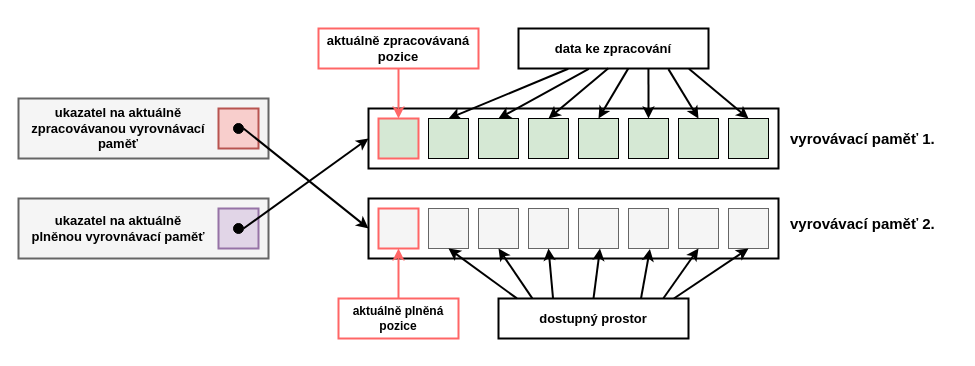
Earlier version of the draw.io diagram diagrams/multiple_buffering/multiple_buffering-2.drawio (Doly02/thesis). Source tidied: cells renumbered, new cells numbered last; positions are measured from the earlier drawing's top-left corner, leaving out a move shared by most shapes. Both pictures are drawn from the tidied source at 100%, with x=0, y=0 at pixel (18, 28).
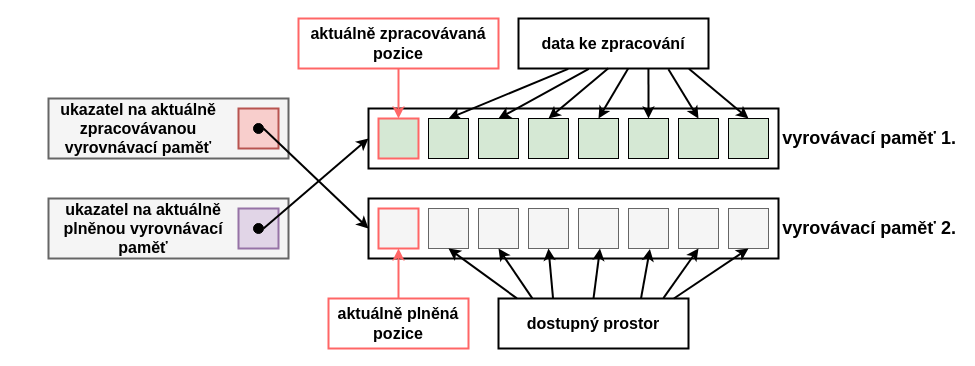
The same page after the edit.

Commit message (it also covers changes not shown here):
[TECH_REPORT] Updates Diagrams (Multiple Buffering).

Change to the diagram source:
```diff
@@
-    <mxCell id="16" value="&lt;b&gt;&lt;font style=&quot;font-size: 13px;&quot;&gt;data ke zpracování&lt;/font&gt;&lt;/b&gt;" style="rounded=0;whiteSpace=wrap;html=1;strokeColor=#000000;strokeWidth=2;" parent="1" vertex="1">
-      <mxGeometry x="500" width="190" height="40" as="geometry" />
+    <mxCell id="16" value="&lt;b&gt;&lt;font style=&quot;font-size: 16px;&quot;&gt;data ke zpracování&lt;/font&gt;&lt;/b&gt;" style="rounded=0;whiteSpace=wrap;html=1;strokeColor=#000000;strokeWidth=2;" parent="1" vertex="1">
+      <mxGeometry x="500" y="-10" width="190" height="50" as="geometry" />
     </mxCell>
     <mxCell id="17" style="rounded=0;whiteSpace=wrap;html=1;fillColor=#f5f5f5;fontColor=#333333;strokeColor=#666666;strokeWidth=2;" parent="1" vertex="1">
-      <mxGeometry y="170" width="250" height="60" as="geometry" />
+      <mxGeometry x="30" y="170" width="240" height="60" as="geometry" />
     </mxCell>
-    <mxCell id="18" value="&lt;b&gt;&lt;font style=&quot;font-size: 13px;&quot;&gt;ukazatel na aktuálně plněnou vyrovnávací paměť&lt;/font&gt;&lt;/b&gt;" style="text;html=1;align=center;verticalAlign=middle;whiteSpace=wrap;rounded=0;" parent="1" vertex="1">
-      <mxGeometry x="10" y="170" width="180" height="60" as="geometry" />
+    <mxCell id="18" value="&lt;b&gt;&lt;font style=&quot;font-size: 16px;&quot;&gt;ukazatel na aktuálně plněnou vyrovnávací paměť&lt;/font&gt;&lt;/b&gt;" style="text;html=1;align=center;verticalAlign=middle;whiteSpace=wrap;rounded=0;" parent="1" vertex="1">
+      <mxGeometry x="30" y="170" width="190" height="60" as="geometry" />
     </mxCell>
     <mxCell id="19" style="rounded=0;whiteSpace=wrap;html=1;fillColor=#e1d5e7;strokeColor=#9673a6;strokeWidth=2;" parent="1" vertex="1">
-      <mxGeometry x="200" y="180" width="40" height="40" as="geometry" />
+      <mxGeometry x="220" y="180" width="40" height="40" as="geometry" />
     </mxCell>
@@
     <mxCell id="21" style="ellipse;whiteSpace=wrap;html=1;fillColor=#000000;" parent="1" vertex="1">
-      <mxGeometry x="215" y="195" width="10" height="10" as="geometry" />
+      <mxGeometry x="235" y="195" width="10" height="10" as="geometry" />
     </mxCell>
     <mxCell id="22" style="rounded=0;whiteSpace=wrap;html=1;fillColor=#f5f5f5;fontColor=#333333;strokeColor=#666666;strokeWidth=2;" parent="1" vertex="1">
-      <mxGeometry y="70" width="250" height="60" as="geometry" />
+      <mxGeometry x="30" y="70" width="240" height="60" as="geometry" />
     </mxCell>
-    <mxCell id="23" value="&lt;b&gt;&lt;font style=&quot;font-size: 13px;&quot;&gt;ukazatel na aktuálně zpracovávanou vyrovnávací paměť&lt;/font&gt;&lt;/b&gt;" style="text;html=1;align=center;verticalAlign=middle;whiteSpace=wrap;rounded=0;" parent="1" vertex="1">
-      <mxGeometry x="10" y="70" width="180" height="60" as="geometry" />
+    <mxCell id="23" value="&lt;b&gt;&lt;font style=&quot;font-size: 16px;&quot;&gt;ukazatel na aktuálně zpracovávanou vyrovnávací paměť&lt;/font&gt;&lt;/b&gt;" style="text;html=1;align=center;verticalAlign=middle;whiteSpace=wrap;rounded=0;" parent="1" vertex="1">
+      <mxGeometry x="30" y="70" width="180" height="60" as="geometry" />
     </mxCell>
     <mxCell id="24" style="rounded=0;whiteSpace=wrap;html=1;fillColor=#f8cecc;strokeColor=#b85450;strokeWidth=2;" parent="1" vertex="1">
-      <mxGeometry x="200" y="80" width="40" height="40" as="geometry" />
+      <mxGeometry x="220" y="80" width="40" height="40" as="geometry" />
     </mxCell>
     <mxCell id="25" style="ellipse;whiteSpace=wrap;html=1;fillColor=#000000;" parent="1" vertex="1">
-      <mxGeometry x="215" y="95" width="10" height="10" as="geometry" />
+      <mxGeometry x="235" y="95" width="10" height="10" as="geometry" />
     </mxCell>
@@
     <mxCell id="31" style="rounded=0;whiteSpace=wrap;html=1;strokeWidth=2;" parent="1" vertex="1">
-      <mxGeometry x="480" y="270" width="190" height="40" as="geometry" />
+      <mxGeometry x="480" y="270" width="190" height="50" as="geometry" />
     </mxCell>
-    <mxCell id="32" value="&lt;b&gt;&lt;font style=&quot;font-size: 13px;&quot;&gt;dostupný prostor&lt;/font&gt;&lt;/b&gt;" style="text;html=1;align=center;verticalAlign=middle;whiteSpace=wrap;rounded=0;strokeWidth=1;" parent="1" vertex="1">
-      <mxGeometry x="480" y="270" width="190" height="40" as="geometry" />
+    <mxCell id="32" value="&lt;b&gt;&lt;font style=&quot;font-size: 16px;&quot;&gt;dostupný prostor&lt;/font&gt;&lt;/b&gt;" style="text;html=1;align=center;verticalAlign=middle;whiteSpace=wrap;rounded=0;strokeWidth=1;" parent="1" vertex="1">
+      <mxGeometry x="480" y="270" width="190" height="50" as="geometry" />
     </mxCell>
@@
     <mxCell id="40" style="rounded=0;whiteSpace=wrap;html=1;strokeColor=#FF6666;strokeWidth=2;" parent="1" vertex="1">
-      <mxGeometry x="320" y="270" width="120" height="40" as="geometry" />
+      <mxGeometry x="310" y="270" width="140" height="50" as="geometry" />
     </mxCell>
-    <mxCell id="41" value="&lt;b&gt;aktuálně plněná&lt;/b&gt;&lt;div&gt;&lt;b&gt;pozice&lt;/b&gt;&lt;/div&gt;" style="text;html=1;align=center;verticalAlign=middle;whiteSpace=wrap;rounded=0;strokeWidth=2;strokeColor=none;" parent="1" vertex="1">
-      <mxGeometry x="320" y="270" width="120" height="40" as="geometry" />
+    <mxCell id="41" value="&lt;b&gt;&lt;font style=&quot;font-size: 16px;&quot;&gt;aktuálně plněná&lt;/font&gt;&lt;/b&gt;&lt;div&gt;&lt;b&gt;&lt;font style=&quot;font-size: 16px;&quot;&gt;pozice&lt;/font&gt;&lt;/b&gt;&lt;/div&gt;" style="text;html=1;align=center;verticalAlign=middle;whiteSpace=wrap;rounded=0;strokeWidth=2;strokeColor=none;" parent="1" vertex="1">
+      <mxGeometry x="310" y="270" width="140" height="50" as="geometry" />
     </mxCell>
@@
     <mxCell id="46" style="rounded=0;whiteSpace=wrap;html=1;strokeColor=#FF6666;strokeWidth=2;" parent="1" vertex="1">
-      <mxGeometry x="300" width="160" height="40" as="geometry" />
+      <mxGeometry x="280" y="-10" width="200" height="50" as="geometry" />
     </mxCell>
-    <mxCell id="47" value="&lt;b&gt;&lt;font style=&quot;font-size: 13px;&quot;&gt;aktuálně zpracovávaná&lt;/font&gt;&lt;/b&gt;&lt;div&gt;&lt;b&gt;&lt;font style=&quot;font-size: 13px;&quot;&gt;pozice&lt;/font&gt;&lt;/b&gt;&lt;/div&gt;" style="text;html=1;align=center;verticalAlign=middle;whiteSpace=wrap;rounded=0;" parent="1" vertex="1">
-      <mxGeometry x="300" width="160" height="40" as="geometry" />
+    <mxCell id="47" value="&lt;b&gt;&lt;font style=&quot;font-size: 16px;&quot;&gt;aktuálně zpracovávaná&lt;/font&gt;&lt;/b&gt;&lt;div&gt;&lt;b&gt;&lt;font style=&quot;font-size: 16px;&quot;&gt;pozice&lt;/font&gt;&lt;/b&gt;&lt;/div&gt;" style="text;html=1;align=center;verticalAlign=middle;whiteSpace=wrap;rounded=0;" parent="1" vertex="1">
+      <mxGeometry x="280" y="-10" width="200" height="50" as="geometry" />
     </mxCell>
@@
+    <mxCell id="54" value="&lt;font style=&quot;font-size: 18px;&quot;&gt;&lt;b style=&quot;&quot;&gt;vyrovávací paměť 2.&lt;/b&gt;&lt;/font&gt;" style="text;html=1;align=right;verticalAlign=middle;whiteSpace=wrap;rounded=0;" parent="1" vertex="1">
+      <mxGeometry x="760" y="170" width="180" height="60" as="geometry" />
+    </mxCell>
-    <mxCell id="53" value="&lt;font style=&quot;font-size: 15px;&quot;&gt;&lt;b style=&quot;&quot;&gt;vyrovávací paměť 1.&lt;/b&gt;&lt;/font&gt;" style="text;html=1;align=left;verticalAlign=middle;whiteSpace=wrap;rounded=0;" parent="1" vertex="1">
-      <mxGeometry x="770" y="95" width="160" height="30" as="geometry" />
+    <mxCell id="53" value="&lt;font style=&quot;font-size: 18px;&quot;&gt;&lt;b style=&quot;&quot;&gt;vyrovávací paměť 1.&lt;/b&gt;&lt;/font&gt;" style="text;html=1;align=right;verticalAlign=middle;whiteSpace=wrap;rounded=0;" parent="1" vertex="1">
+      <mxGeometry x="760" y="80" width="180" height="60" as="geometry" />
     </mxCell>
-    <mxCell id="54" value="&lt;font style=&quot;font-size: 15px;&quot;&gt;&lt;b style=&quot;&quot;&gt;vyrovávací paměť 2.&lt;/b&gt;&lt;/font&gt;" style="text;html=1;align=left;verticalAlign=middle;whiteSpace=wrap;rounded=0;" parent="1" vertex="1">
-      <mxGeometry x="770" y="180" width="160" height="30" as="geometry" />
-    </mxCell>
```
